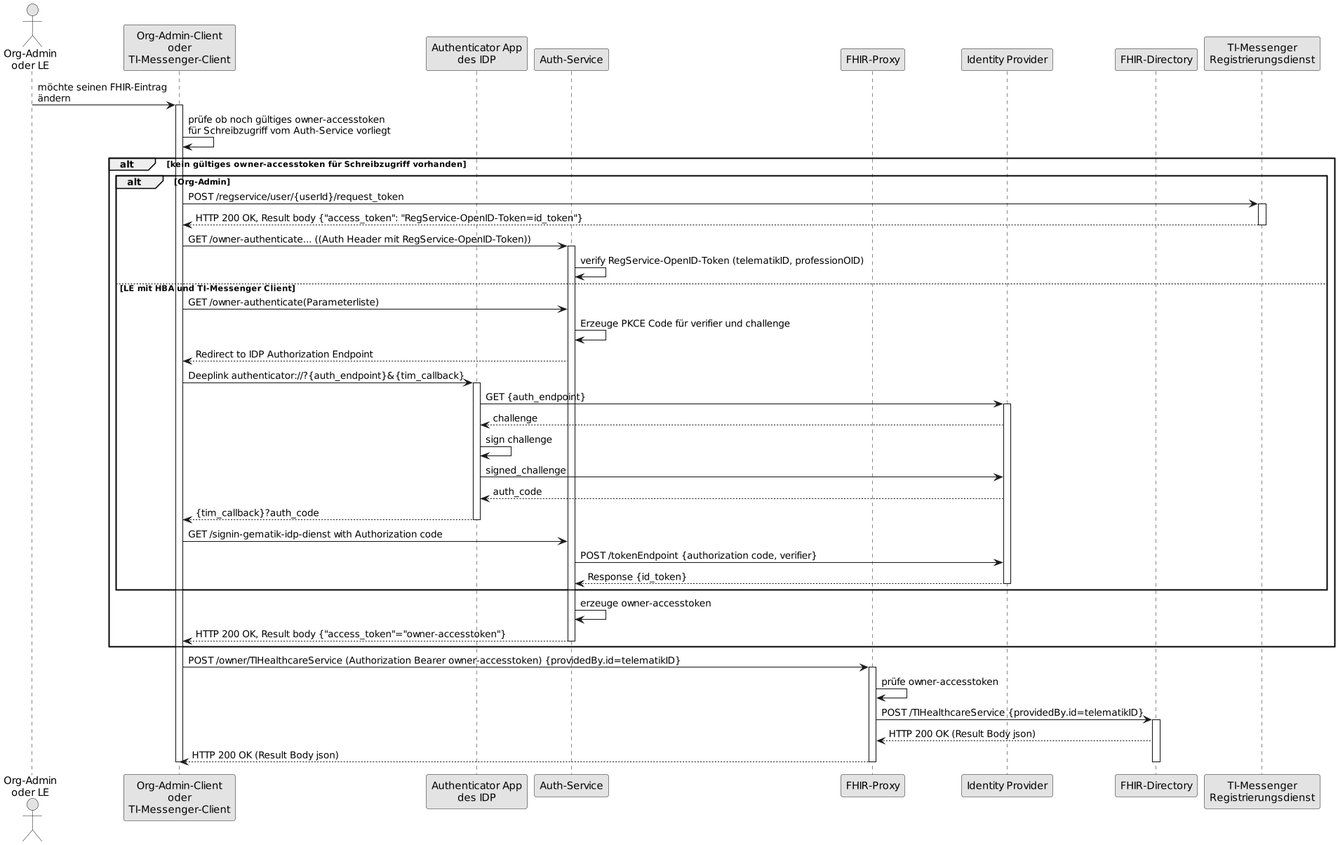
Above: images/diagrams/SequenceDiagram.FHIR-Directory.owner.png in gematik/api-vzd (PlantUML), before the change.
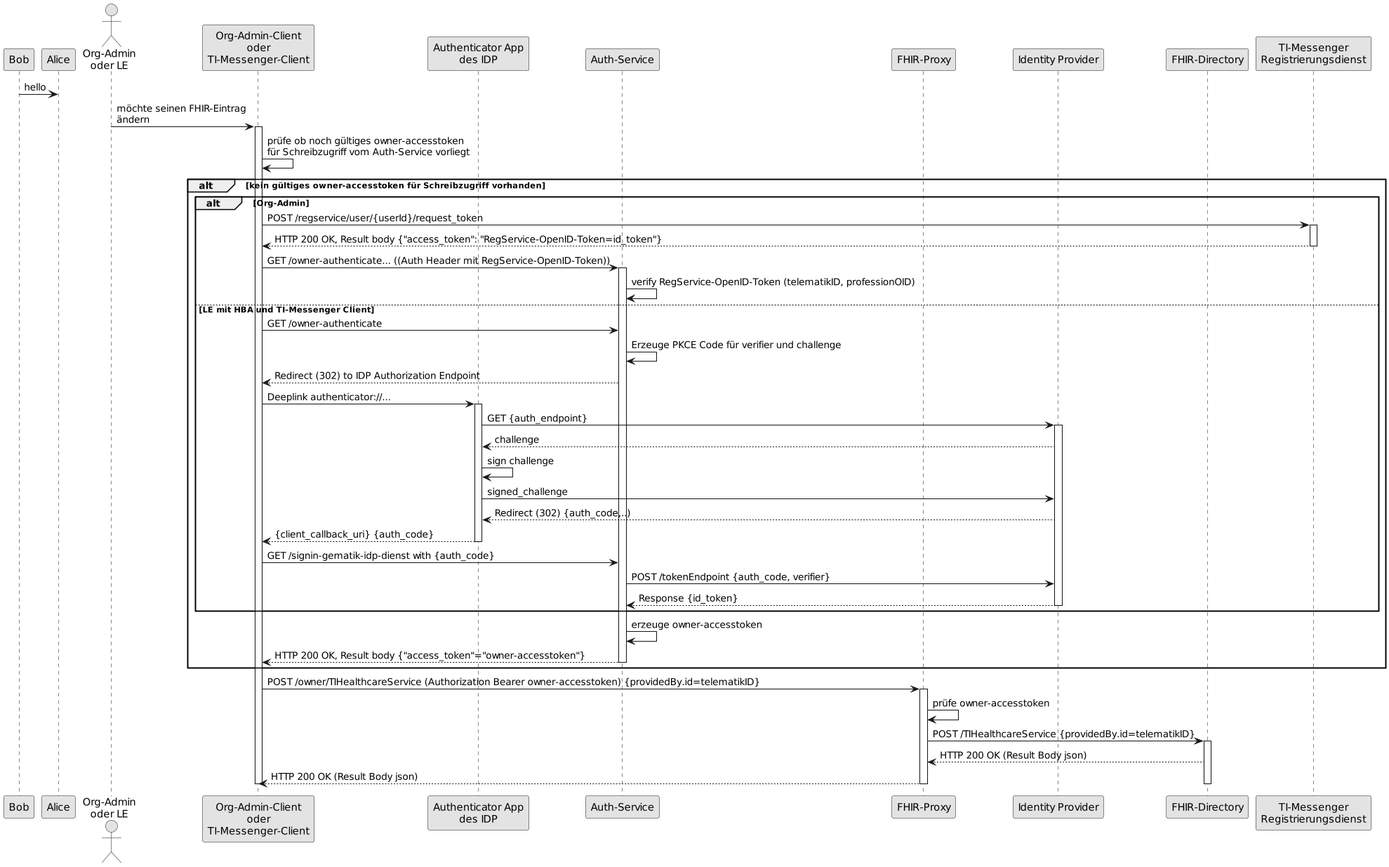
Later version of the same file.

Commit message:
Commit from GitHub Actions (GeneratePlantumlImages)

Diff of the diagram source:
```diff
@@ -1,4 +1,6 @@
-@startuml FHIR-Directory, Sequenzdiagram Änderung von eigenen -Einträgen
+@startuml
+Bob -> Alice : hello
+
 skinparam dpi 100
 skinparam WrapWidth 200
 skinparam monochrome true
@@ -24,10 +26,10 @@
 activate au
 au -> au: verify RegService-OpenID-Token (telematikID, professionOID)
 else LE mit HBA und TI-Messenger Client
-cl -> au: GET /owner-authenticate(Parameterliste)
+cl -> au: GET /owner-authenticate
 au -> au: Erzeuge PKCE Code für verifier und challenge
-au --> cl: Redirect to IDP Authorization Endpoint
-cl -> aa: Deeplink authenticator://?{auth_endpoint}&{tim_callback}
+au --> cl: Redirect (302) to IDP Authorization Endpoint
+cl -> aa: Deeplink authenticator://...
 activate aa
 
 aa -> idp: GET {auth_endpoint}
@@ -35,12 +37,12 @@
 idp --> aa: challenge
 aa -> aa: sign challenge
 aa-> idp: signed_challenge
-idp --> aa: auth_code
-aa --> cl: {tim_callback}?auth_code
+idp --> aa: Redirect (302) {auth_code,..)
+aa --> cl: {client_callback_uri} {auth_code}
 deactivate aa
 
-cl -> au: GET /signin-gematik-idp-dienst with Authorization code
-au -> idp: POST /tokenEndpoint {authorization code, verifier}
+cl -> au: GET /signin-gematik-idp-dienst with {auth_code}
+au -> idp: POST /tokenEndpoint {auth_code, verifier}
 idp --> au: Response {id_token}
 
 deactivate idp
```
